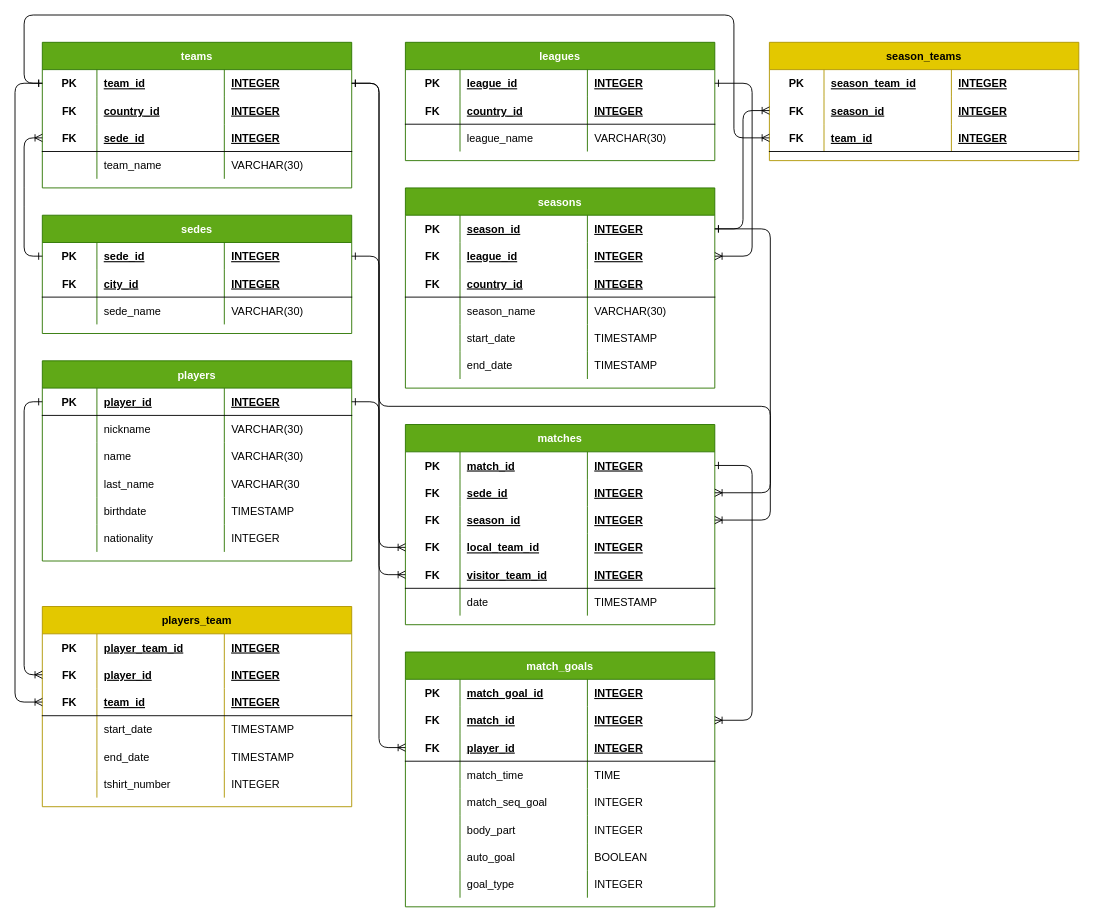
This is page "physical" (3 of 3) of soccer_model.drawio from r3card0/soccer.stats, a draw.io file, before an edit. Source tidied: cells renumbered, new cells numbered last; positions are measured from the earlier drawing's top-left corner, leaving out a move shared by most shapes. Both pictures are drawn from the tidied source at 91%, with x=0, y=0 at pixel (15, 15).
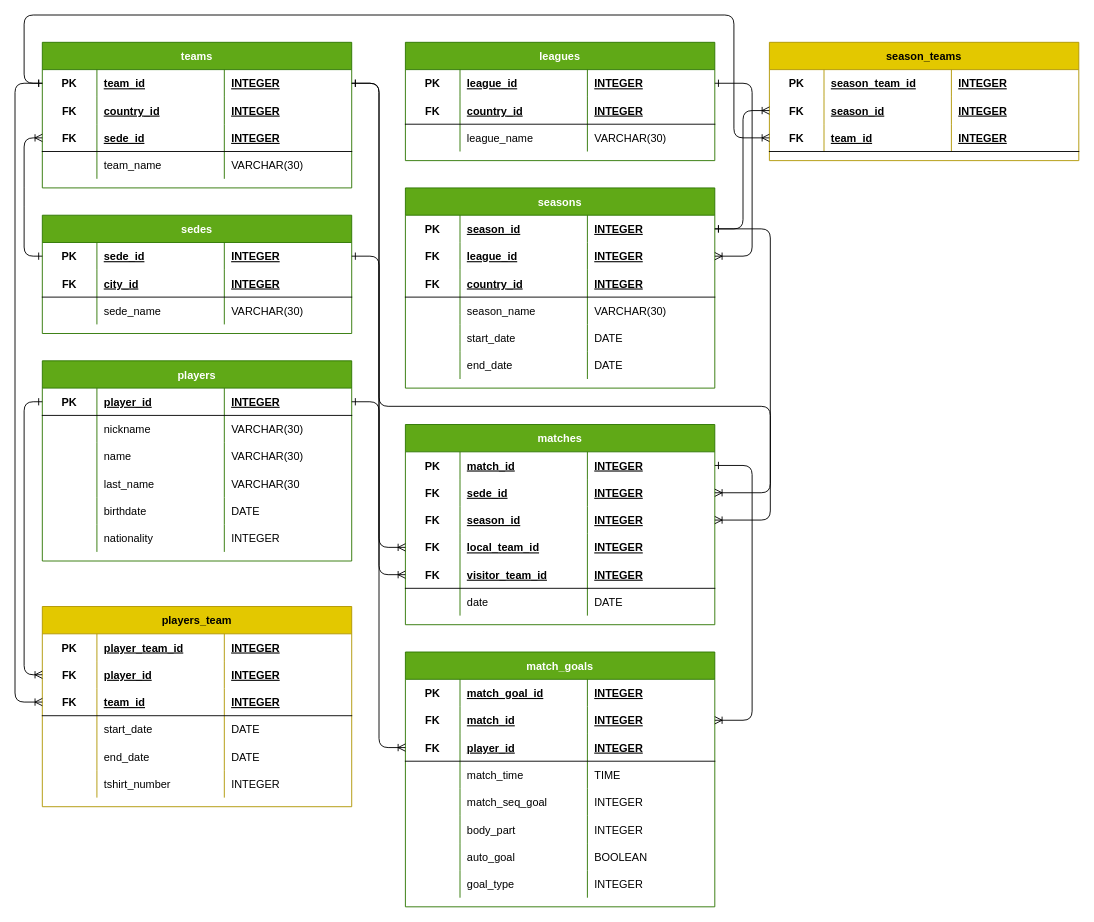
Above is the later version.

Commit message:
data type of date changed on physical model

The change refers to these unchanged cells:
```xml
<mxCell id="63" style="shape=partialRectangle;fillColor=none;top=0;left=0;bottom=0;right=0;" parent="46" vertex="1">
  <mxGeometry y="150" width="340" height="30" as="geometry" />
</mxCell>
<mxCell id="67" style="shape=partialRectangle;fillColor=none;top=0;left=0;bottom=0;right=0;" parent="46" vertex="1">
  <mxGeometry y="180" width="340" height="30" as="geometry" />
</mxCell>
<mxCell id="104" style="shape=partialRectangle;fillColor=none;top=0;left=0;bottom=0;right=0;" parent="87" vertex="1">
  <mxGeometry y="150" width="340" height="30" as="geometry" />
</mxCell>
<mxCell id="125" style="shape=partialRectangle;fillColor=none;top=0;left=0;bottom=0;right=0;" parent="112" vertex="1">
  <mxGeometry y="120" width="340" height="30" as="geometry" />
</mxCell>
<mxCell id="129" style="shape=partialRectangle;fillColor=none;top=0;left=0;bottom=0;right=0;" parent="112" vertex="1">
  <mxGeometry y="150" width="340" height="30" as="geometry" />
</mxCell>
<mxCell id="160" style="shape=partialRectangle;fillColor=none;top=0;left=0;bottom=0;right=0;" parent="139" vertex="1">
  <mxGeometry y="180" width="340" height="30" as="geometry" />
</mxCell>
```

Diff of the diagram source:
```diff
@@
-    <mxCell id="66" value="TIMESTAMP" style="shape=partialRectangle;fillColor=none;top=0;left=0;bottom=0;right=0;align=left;spacingLeft=6;overflow=hidden;" parent="63" vertex="1">
+    <mxCell id="66" value="DATE" style="shape=partialRectangle;fillColor=none;top=0;left=0;bottom=0;right=0;align=left;spacingLeft=6;overflow=hidden;" parent="63" vertex="1">
       <mxGeometry x="200" width="140" height="30" as="geometry" />
     </mxCell>
@@
-    <mxCell id="70" value="TIMESTAMP" style="shape=partialRectangle;fillColor=none;top=0;left=0;bottom=0;right=0;align=left;spacingLeft=6;overflow=hidden;" parent="67" vertex="1">
+    <mxCell id="70" value="DATE" style="shape=partialRectangle;fillColor=none;top=0;left=0;bottom=0;right=0;align=left;spacingLeft=6;overflow=hidden;" parent="67" vertex="1">
       <mxGeometry x="200" width="140" height="30" as="geometry" />
     </mxCell>
@@
-    <mxCell id="107" value="TIMESTAMP" style="shape=partialRectangle;fillColor=none;top=0;left=0;bottom=0;right=0;align=left;spacingLeft=6;overflow=hidden;" parent="104" vertex="1">
+    <mxCell id="107" value="DATE" style="shape=partialRectangle;fillColor=none;top=0;left=0;bottom=0;right=0;align=left;spacingLeft=6;overflow=hidden;" parent="104" vertex="1">
       <mxGeometry x="200" width="140" height="30" as="geometry" />
     </mxCell>
@@
-    <mxCell id="128" value="TIMESTAMP" style="shape=partialRectangle;fillColor=none;top=0;left=0;bottom=0;right=0;align=left;spacingLeft=6;overflow=hidden;" parent="125" vertex="1">
+    <mxCell id="128" value="DATE" style="shape=partialRectangle;fillColor=none;top=0;left=0;bottom=0;right=0;align=left;spacingLeft=6;overflow=hidden;" parent="125" vertex="1">
       <mxGeometry x="200" width="140" height="30" as="geometry" />
     </mxCell>
@@
-    <mxCell id="132" value="TIMESTAMP" style="shape=partialRectangle;fillColor=none;top=0;left=0;bottom=0;right=0;align=left;spacingLeft=6;overflow=hidden;" parent="129" vertex="1">
+    <mxCell id="132" value="DATE" style="shape=partialRectangle;fillColor=none;top=0;left=0;bottom=0;right=0;align=left;spacingLeft=6;overflow=hidden;" parent="129" vertex="1">
       <mxGeometry x="200" width="140" height="30" as="geometry" />
     </mxCell>
@@
-    <mxCell id="163" value="TIMESTAMP" style="shape=partialRectangle;fillColor=none;top=0;left=0;bottom=0;right=0;align=left;spacingLeft=6;overflow=hidden;" parent="160" vertex="1">
+    <mxCell id="163" value="DATE" style="shape=partialRectangle;fillColor=none;top=0;left=0;bottom=0;right=0;align=left;spacingLeft=6;overflow=hidden;" parent="160" vertex="1">
       <mxGeometry x="200" width="140" height="30" as="geometry" />
     </mxCell>
```
